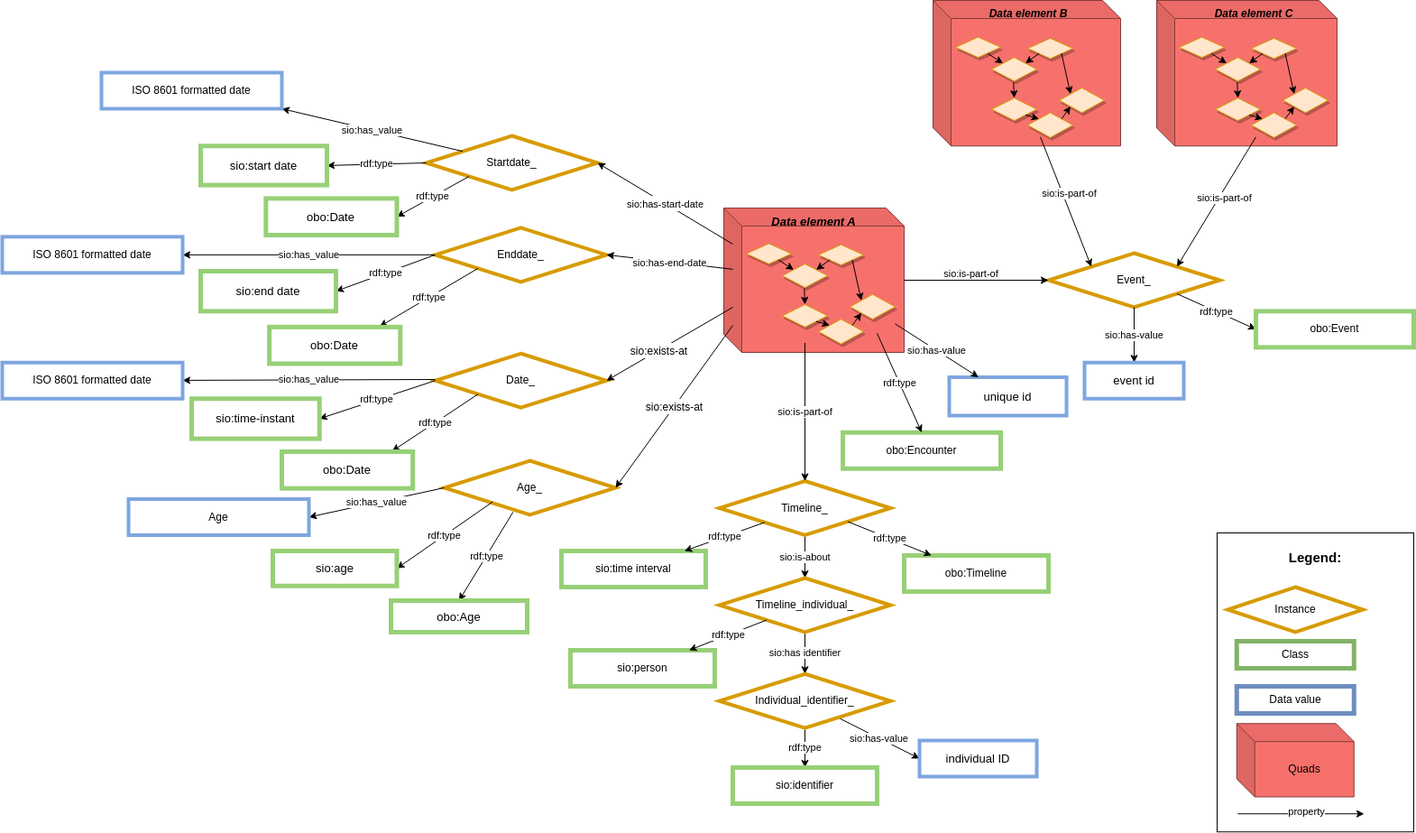
Before: images/CARE-SM-Context.png, a diagram exported from draw.io (CARE-SM/CARE-Semantic-Model). Source tidied: cells renumbered, new cells last; positions are measured from the earlier drawing's top-left corner, leaving out a move shared by most shapes.
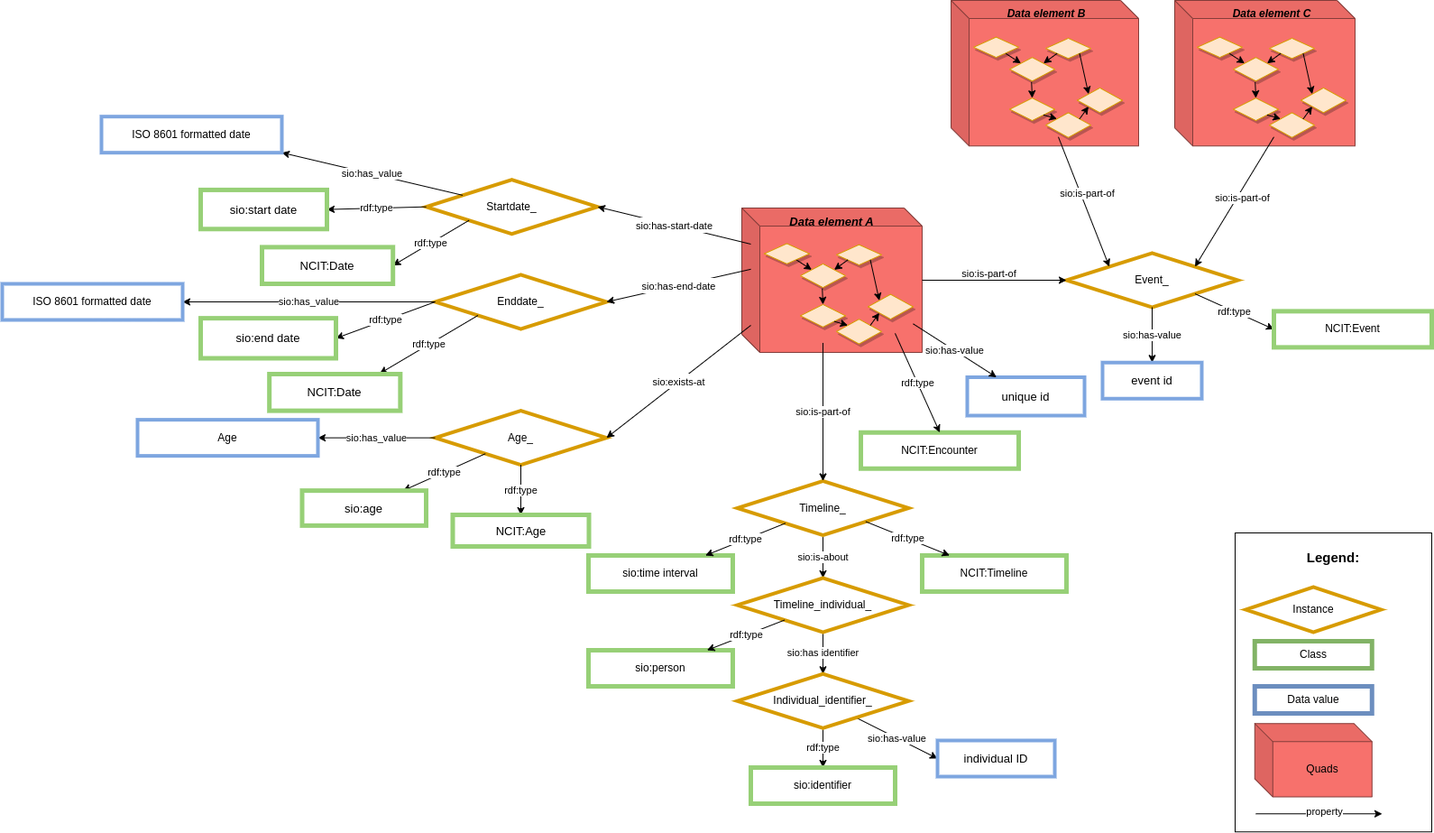
The same file after the commit.

The edit, as a diff of the source:
```diff
@@ -39,12 +39,12 @@
       <mxGeometry x="630" y="720" width="160" height="40" as="geometry" />
     </mxCell>
     <mxCell id="14" value="sio:time interval" style="whiteSpace=wrap;html=1;fillColor=#FFFFFF;strokeColor=#97D077;strokeWidth=5;" parent="1" vertex="1">
-      <mxGeometry x="620" y="610" width="160" height="40" as="geometry" />
+      <mxGeometry x="630" y="615" width="160" height="40" as="geometry" />
     </mxCell>
-    <mxCell id="15" value="obo:Timeline" style="whiteSpace=wrap;html=1;fillColor=#FFFFFF;strokeColor=#97D077;strokeWidth=5;" parent="1" vertex="1">
+    <mxCell id="15" value="NCIT:Timeline" style="whiteSpace=wrap;html=1;fillColor=#FFFFFF;strokeColor=#97D077;strokeWidth=5;" parent="1" vertex="1">
       <mxGeometry x="1000" y="615" width="160" height="40" as="geometry" />
     </mxCell>
-    <mxCell id="16" value="obo:Encounter" style="whiteSpace=wrap;html=1;fillColor=#FFFFFF;strokeColor=#97D077;strokeWidth=5;" parent="1" vertex="1">
+    <mxCell id="16" value="NCIT:Encounter" style="whiteSpace=wrap;html=1;fillColor=#FFFFFF;strokeColor=#97D077;strokeWidth=5;" parent="1" vertex="1">
       <mxGeometry x="932" y="478.8" width="175" height="40" as="geometry" />
     </mxCell>
     <mxCell id="17" value="&lt;div&gt;&lt;font size=&quot;2&quot;&gt;unique id&lt;/font&gt;&lt;/div&gt;" style="whiteSpace=wrap;html=1;fillColor=#FFFFFF;strokeColor=#7EA6E0;strokeWidth=4;" parent="1" vertex="1">
@@ -57,52 +57,29 @@
       <mxGeometry x="1200" y="401.2" width="110" height="40" as="geometry" />
     </mxCell>
     <mxCell id="20" value="Age_" style="rhombus;whiteSpace=wrap;html=1;fillColor=#FFFFFF;strokeColor=#D79B00;strokeWidth=4;" parent="1" vertex="1">
-      <mxGeometry x="490" y="510" width="190" height="60" as="geometry" />
+      <mxGeometry x="460" y="454.6" width="190" height="60" as="geometry" />
     </mxCell>
-    <mxCell id="21" value="rdf:type" style="edgeStyle=none;rounded=0;jettySize=auto;html=1;entryX=1;entryY=0.5;entryDx=0;entryDy=0;exitX=0.283;exitY=0.76;exitDx=0;exitDy=0;exitPerimeter=0;" parent="1" edge="1" source="20" target="24">
+    <mxCell id="21" value="rdf:type" style="edgeStyle=none;rounded=0;jettySize=auto;html=1;" parent="1" edge="1" source="20" target="24">
       <mxGeometry relative="1" as="geometry" />
     </mxCell>
-    <mxCell id="22" value="sio:has_value" style="edgeStyle=none;rounded=0;jettySize=auto;html=1;exitX=0;exitY=0.5;exitDx=0;exitDy=0;entryX=1;entryY=0.5;entryDx=0;entryDy=0;" parent="1" edge="1" source="20" target="23">
+    <mxCell id="22" value="sio:has_value" style="edgeStyle=none;rounded=0;jettySize=auto;html=1;entryX=1;entryY=0.5;entryDx=0;entryDy=0;" parent="1" edge="1" source="20" target="23">
       <mxGeometry relative="1" as="geometry" />
     </mxCell>
     <mxCell id="23" value="Age" style="whiteSpace=wrap;html=1;fillColor=#FFFFFF;strokeColor=#7EA6E0;strokeWidth=4;" parent="1" vertex="1">
-      <mxGeometry x="140" y="552.5" width="200" height="40" as="geometry" />
+      <mxGeometry x="130" y="464.6" width="200" height="40" as="geometry" />
     </mxCell>
     <mxCell id="24" value="&lt;font size=&quot;2&quot;&gt;sio:age&lt;/font&gt;" style="whiteSpace=wrap;html=1;fillColor=#FFFFFF;strokeColor=#97D077;strokeWidth=5;" parent="1" vertex="1">
-      <mxGeometry x="300" y="610" width="137.5" height="38.8" as="geometry" />
+      <mxGeometry x="312.5" y="543.1" width="137.5" height="38.8" as="geometry" />
     </mxCell>
-    <mxCell id="25" value="obo:Event" style="whiteSpace=wrap;html=1;fillColor=#FFFFFF;strokeColor=#97D077;strokeWidth=5;" parent="1" vertex="1">
+    <mxCell id="25" value="NCIT:Event" style="whiteSpace=wrap;html=1;fillColor=#FFFFFF;strokeColor=#97D077;strokeWidth=5;" parent="1" vertex="1">
       <mxGeometry x="1390" y="344.4" width="175" height="40" as="geometry" />
     </mxCell>
-    <mxCell id="26" value="Date_" style="rhombus;whiteSpace=wrap;html=1;fillColor=#FFFFFF;strokeColor=#D79B00;strokeWidth=4;" parent="1" vertex="1">
-      <mxGeometry x="480" y="391.2" width="190" height="60" as="geometry" />
-    </mxCell>
-    <mxCell id="27" value="rdf:type" style="edgeStyle=none;rounded=0;jettySize=auto;html=1;entryX=0.5;entryY=0;entryDx=0;entryDy=0;exitX=0.402;exitY=0.948;exitDx=0;exitDy=0;exitPerimeter=0;" parent="1" edge="1" source="20" target="28">
+    <mxCell id="27" value="rdf:type" style="edgeStyle=none;rounded=0;jettySize=auto;html=1;entryX=0.5;entryY=0;entryDx=0;entryDy=0;" parent="1" edge="1" source="20" target="28">
       <mxGeometry relative="1" as="geometry" />
     </mxCell>
-    <mxCell id="28" value="&lt;font size=&quot;2&quot;&gt;obo:Age&lt;/font&gt;" style="whiteSpace=wrap;html=1;fillColor=#FFFFFF;strokeColor=#97D077;strokeWidth=5;" parent="1" vertex="1">
-      <mxGeometry x="431" y="665" width="151" height="35" as="geometry" />
+    <mxCell id="28" value="&lt;font size=&quot;2&quot;&gt;NCIT:Age&lt;/font&gt;" style="whiteSpace=wrap;html=1;fillColor=#FFFFFF;strokeColor=#97D077;strokeWidth=5;" parent="1" vertex="1">
+      <mxGeometry x="479.5" y="570" width="151" height="35" as="geometry" />
     </mxCell>
-    <mxCell id="29" value="rdf:type" style="edgeStyle=none;rounded=0;jettySize=auto;html=1;entryX=1;entryY=0.5;entryDx=0;entryDy=0;exitX=0;exitY=0.5;exitDx=0;exitDy=0;" parent="1" edge="1" source="26" target="32">
-      <mxGeometry relative="1" as="geometry" />
-    </mxCell>
-    <mxCell id="30" value="sio:has_value" style="edgeStyle=none;rounded=0;jettySize=auto;html=1;" parent="1" edge="1" target="31">
-      <mxGeometry relative="1" as="geometry">
-        <mxPoint x="480" y="420" as="sourcePoint" />
-      </mxGeometry>
-    </mxCell>
-    <mxCell id="31" value="ISO 8601 formatted date" style="whiteSpace=wrap;html=1;fillColor=#FFFFFF;strokeColor=#7EA6E0;strokeWidth=4;" parent="1" vertex="1">
-      <mxGeometry y="401.2" width="200" height="40" as="geometry" />
-    </mxCell>
-    <mxCell id="32" value="&lt;font size=&quot;2&quot;&gt;sio:time-instant&lt;/font&gt;" style="whiteSpace=wrap;html=1;fillColor=#FFFFFF;strokeColor=#97D077;strokeWidth=5;imageWidth=24;" parent="1" vertex="1">
-      <mxGeometry x="210" y="441.2" width="141.7" height="44.4" as="geometry" />
-    </mxCell>
-    <mxCell id="33" value="rdf:type" style="edgeStyle=none;rounded=0;jettySize=auto;html=1;entryX=0.842;entryY=-0.014;entryDx=0;entryDy=0;exitX=0;exitY=1;exitDx=0;exitDy=0;entryPerimeter=0;" parent="1" edge="1" source="26" target="34">
-      <mxGeometry relative="1" as="geometry" />
-    </mxCell>
-    <mxCell id="34" value="&lt;font size=&quot;2&quot;&gt;obo:Date&lt;/font&gt;" style="whiteSpace=wrap;html=1;fillColor=#FFFFFF;strokeColor=#97D077;strokeWidth=5;" parent="1" vertex="1">
-      <mxGeometry x="310" y="500" width="145.2" height="40.6" as="geometry" />
-    </mxCell>
     <mxCell id="35" style="shape=cube;whiteSpace=wrap;html=1;boundedLbl=1;backgroundOutline=1;darkOpacity=0.05;darkOpacity2=0.1;fillColor=#F7716C;strokeColor=#853D3A;" parent="1" vertex="1">
       <mxGeometry x="800" y="230" width="200" height="160" as="geometry" />
     </mxCell>
@@ -142,11 +119,6 @@
     <mxCell id="47" style="rhombus;whiteSpace=wrap;html=1;fillColor=#ffe6cc;strokeColor=#d79b00;backgroundOutline=0;shadow=1;" parent="1" vertex="1">
       <mxGeometry x="940" y="325.6" width="50" height="27.5" as="geometry" />
     </mxCell>
-    <mxCell id="48" value="&lt;font style=&quot;font-size: 12px;&quot;&gt;sio:exists-at&lt;/font&gt;" style="rounded=0;jettySize=auto;html=1;fontSize=14;entryX=1;entryY=0.5;entryDx=0;entryDy=0;" parent="1" edge="1" target="26">
-      <mxGeometry x="0.17" relative="1" as="geometry">
-        <mxPoint x="810" y="340" as="sourcePoint" />
-      </mxGeometry>
-    </mxCell>
     <mxCell id="49" value="sio:is-part-of" style="edgeStyle=none;rounded=0;jettySize=auto;html=1;exitX=0.45;exitY=0.934;exitDx=0;exitDy=0;entryX=0.5;entryY=0;entryDx=0;entryDy=0;exitPerimeter=0;" parent="1" edge="1" source="35" target="3">
       <mxGeometry relative="1" as="geometry" />
     </mxCell>
@@ -272,46 +244,46 @@
       </mxGeometry>
     </mxCell>
     <mxCell id="88" value="Startdate_" style="rhombus;whiteSpace=wrap;html=1;fillColor=#FFFFFF;strokeColor=#D79B00;perimeter=rhombusPerimeter;arcSize=20;comic=0;enumerate=0;strokeWidth=4;rounded=0;" parent="1" vertex="1">
-      <mxGeometry x="470" y="150" width="190" height="60" as="geometry" />
+      <mxGeometry x="450" y="198.7" width="190" height="60" as="geometry" />
     </mxCell>
     <mxCell id="89" value="rdf:type" style="edgeStyle=none;rounded=0;jettySize=auto;html=1;entryX=1;entryY=0.5;entryDx=0;entryDy=0;exitX=0;exitY=0.5;exitDx=0;exitDy=0;" parent="1" edge="1" source="88" target="90">
       <mxGeometry relative="1" as="geometry" />
     </mxCell>
     <mxCell id="90" value="&lt;font size=&quot;2&quot;&gt;sio:start date&lt;/font&gt;" style="whiteSpace=wrap;html=1;fillColor=#FFFFFF;strokeColor=#97D077;strokeWidth=5;" parent="1" vertex="1">
-      <mxGeometry x="220" y="161.2" width="140" height="43.4" as="geometry" />
+      <mxGeometry x="200" y="209.9" width="140" height="43.4" as="geometry" />
     </mxCell>
     <mxCell id="91" value="Enddate_" style="rhombus;whiteSpace=wrap;html=1;fillColor=#FFFFFF;strokeColor=#D79B00;perimeter=rhombusPerimeter;arcSize=20;comic=0;enumerate=0;strokeWidth=4;rounded=0;" parent="1" vertex="1">
-      <mxGeometry x="480" y="251.9" width="190" height="60" as="geometry" />
+      <mxGeometry x="460" y="304" width="190" height="60" as="geometry" />
     </mxCell>
     <mxCell id="92" value="rdf:type" style="edgeStyle=none;rounded=0;jettySize=auto;html=1;entryX=1;entryY=0.5;entryDx=0;entryDy=0;exitX=0;exitY=0.5;exitDx=0;exitDy=0;" parent="1" edge="1" source="91" target="93">
       <mxGeometry relative="1" as="geometry" />
     </mxCell>
     <mxCell id="93" value="&lt;font size=&quot;2&quot;&gt;sio:end date&lt;/font&gt;" style="whiteSpace=wrap;html=1;fillColor=#FFFFFF;strokeColor=#97D077;strokeWidth=5;imageWidth=24;" parent="1" vertex="1">
-      <mxGeometry x="220" y="300" width="150" height="44.4" as="geometry" />
+      <mxGeometry x="200" y="352.1" width="150" height="44.4" as="geometry" />
     </mxCell>
     <mxCell id="94" value="sio:has_value" style="edgeStyle=none;rounded=0;jettySize=auto;html=1;entryX=1;entryY=1;entryDx=0;entryDy=0;" parent="1" edge="1" source="88" target="95">
       <mxGeometry relative="1" as="geometry" />
     </mxCell>
     <mxCell id="95" value="ISO 8601 formatted date" style="whiteSpace=wrap;html=1;fillColor=#FFFFFF;strokeColor=#7EA6E0;strokeWidth=4;" parent="1" vertex="1">
-      <mxGeometry x="110" y="80" width="200" height="40" as="geometry" />
+      <mxGeometry x="90" y="128.7" width="200" height="40" as="geometry" />
     </mxCell>
     <mxCell id="96" value="sio:has_value" style="edgeStyle=none;rounded=0;jettySize=auto;html=1;exitX=0;exitY=0.5;exitDx=0;exitDy=0;" parent="1" edge="1" source="91" target="97">
       <mxGeometry relative="1" as="geometry" />
     </mxCell>
     <mxCell id="97" value="ISO 8601 formatted date" style="whiteSpace=wrap;html=1;fillColor=#FFFFFF;strokeColor=#7EA6E0;strokeWidth=4;" parent="1" vertex="1">
-      <mxGeometry y="261.9" width="200" height="40" as="geometry" />
+      <mxGeometry x="-20" y="314" width="200" height="40" as="geometry" />
     </mxCell>
     <mxCell id="98" value="rdf:type" style="edgeStyle=none;rounded=0;jettySize=auto;html=1;entryX=0.842;entryY=-0.014;entryDx=0;entryDy=0;exitX=0;exitY=1;exitDx=0;exitDy=0;entryPerimeter=0;" parent="1" edge="1" source="91" target="99">
       <mxGeometry relative="1" as="geometry" />
     </mxCell>
-    <mxCell id="99" value="&lt;font size=&quot;2&quot;&gt;obo:Date&lt;/font&gt;" style="whiteSpace=wrap;html=1;fillColor=#FFFFFF;strokeColor=#97D077;strokeWidth=5;" parent="1" vertex="1">
-      <mxGeometry x="296.2" y="361.9" width="145.2" height="40.6" as="geometry" />
+    <mxCell id="99" value="&lt;font size=&quot;2&quot;&gt;NCIT:Date&lt;/font&gt;" style="whiteSpace=wrap;html=1;fillColor=#FFFFFF;strokeColor=#97D077;strokeWidth=5;" parent="1" vertex="1">
+      <mxGeometry x="276.2" y="414" width="145.2" height="40.6" as="geometry" />
     </mxCell>
     <mxCell id="100" value="rdf:type" style="edgeStyle=none;rounded=0;jettySize=auto;html=1;entryX=1;entryY=0.5;entryDx=0;entryDy=0;exitX=0;exitY=1;exitDx=0;exitDy=0;" parent="1" edge="1" source="88" target="101">
       <mxGeometry relative="1" as="geometry" />
     </mxCell>
-    <mxCell id="101" value="&lt;font size=&quot;2&quot;&gt;obo:Date&lt;/font&gt;" style="whiteSpace=wrap;html=1;fillColor=#FFFFFF;strokeColor=#97D077;strokeWidth=5;" parent="1" vertex="1">
-      <mxGeometry x="292.3" y="219.4" width="145.2" height="40.6" as="geometry" />
+    <mxCell id="101" value="&lt;font size=&quot;2&quot;&gt;NCIT:Date&lt;/font&gt;" style="whiteSpace=wrap;html=1;fillColor=#FFFFFF;strokeColor=#97D077;strokeWidth=5;" parent="1" vertex="1">
+      <mxGeometry x="268" y="273.4" width="145.2" height="40.6" as="geometry" />
     </mxCell>
     <mxCell id="102" value="&lt;font style=&quot;font-size: 11px;&quot;&gt;sio:has-start-date&lt;/font&gt;" style="rounded=0;jettySize=auto;html=1;fontSize=14;endSize=6;jumpSize=5;entryX=1;entryY=0.5;entryDx=0;entryDy=0;exitX=0.05;exitY=0.25;exitDx=0;exitDy=0;exitPerimeter=0;" parent="1" edge="1" source="35" target="88">
       <mxGeometry relative="1" as="geometry" />
@@ -319,7 +291,7 @@
     <mxCell id="103" value="&lt;font style=&quot;font-size: 11px;&quot;&gt;sio:has-end-date&lt;/font&gt;" style="rounded=0;jettySize=auto;html=1;fontSize=14;entryX=1;entryY=0.5;entryDx=0;entryDy=0;exitX=0.05;exitY=0.424;exitDx=0;exitDy=0;exitPerimeter=0;" parent="1" edge="1" source="35" target="91">
       <mxGeometry relative="1" as="geometry" />
     </mxCell>
-    <mxCell id="104" value="&lt;font style=&quot;font-size: 12px;&quot;&gt;sio:exists-at&lt;/font&gt;" style="rounded=0;jettySize=auto;html=1;fontSize=14;entryX=1;entryY=0.5;entryDx=0;entryDy=0;" parent="1" edge="1" target="20">
+    <mxCell id="104" value="&lt;font style=&quot;font-size: 11px;&quot;&gt;sio:exists-at&lt;/font&gt;" style="rounded=0;jettySize=auto;html=1;fontSize=14;entryX=1;entryY=0.5;entryDx=0;entryDy=0;" parent="1" edge="1" target="20">
       <mxGeometry relative="1" as="geometry">
         <mxPoint x="810" y="360" as="sourcePoint" />
       </mxGeometry>
```
